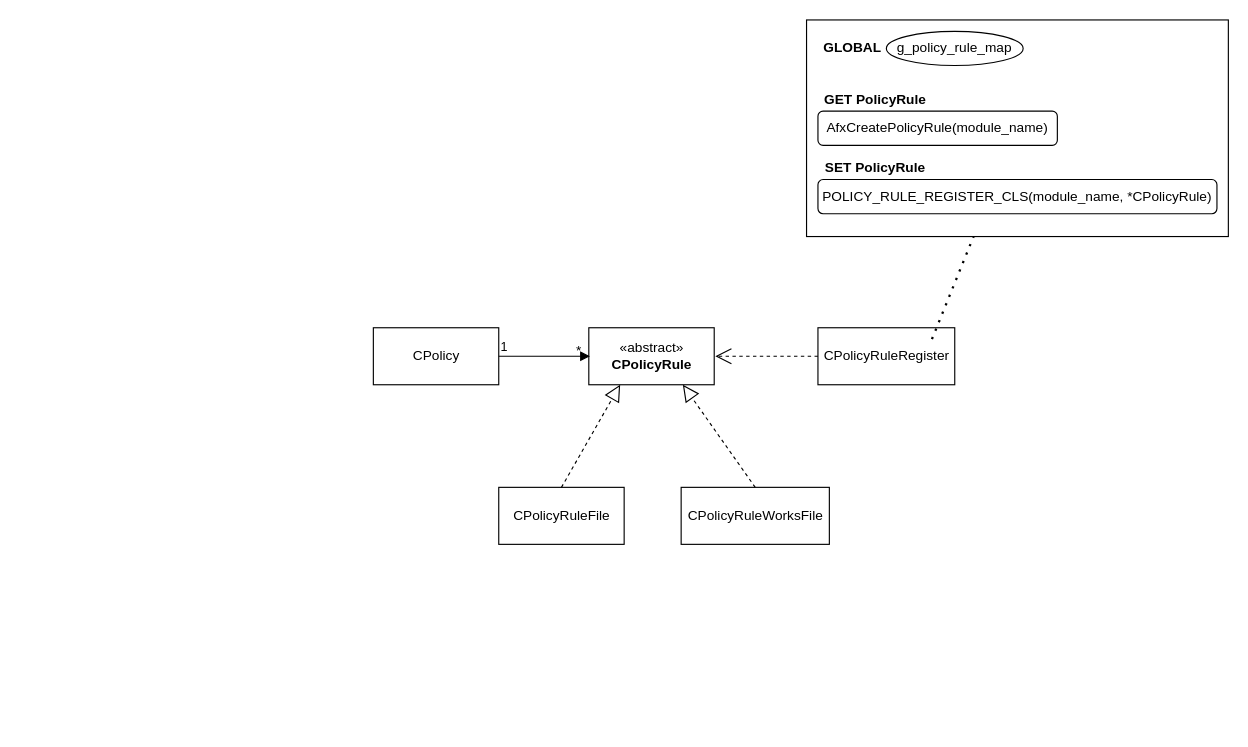
tuyy/TIL keeps this draw.io diagram as draw.io/cpolicy_rule.drawio. Above is the earlier version. Source tidied: cells renumbered, new cells numbered last; positions are measured from the earlier drawing's top-left corner, leaving out a move shared by most shapes. Both pictures are drawn from the tidied source at 114%, with x=0, y=0 at pixel (373, 19).
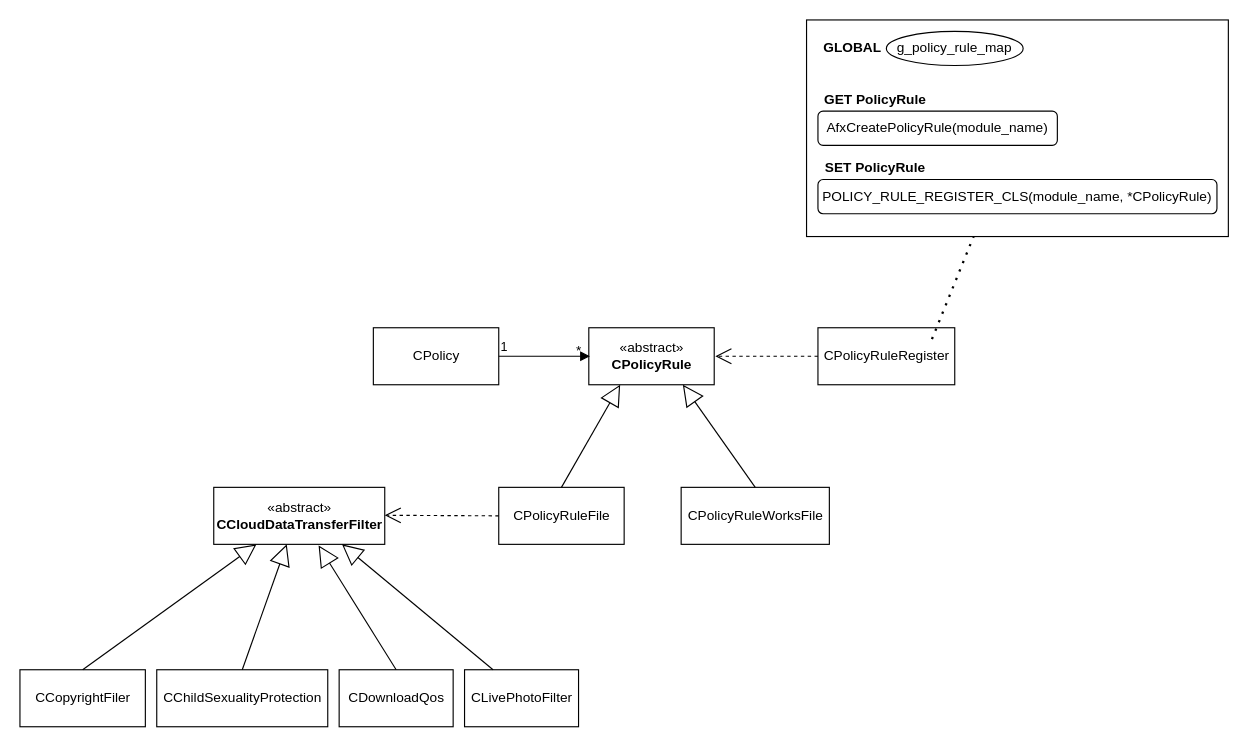
Above is the later version.

Unchanged cells that the change refers to:
```xml
<mxCell id="3" value="«abstract»&lt;br&gt;&lt;b&gt;CPolicyRule&lt;/b&gt;" style="html=1;" parent="1" vertex="1">
  <mxGeometry x="189" y="270" width="110" height="50" as="geometry" />
</mxCell>
<mxCell id="4" value="CPolicyRuleFile" style="html=1;" parent="1" vertex="1">
  <mxGeometry x="110" y="410" width="110" height="50" as="geometry" />
</mxCell>
<mxCell id="5" value="CPolicyRuleWorksFile" style="html=1;" parent="1" vertex="1">
  <mxGeometry x="270" y="410" width="130" height="50" as="geometry" />
</mxCell>
```

The edit, as a diff of the source:
```diff
@@
-    <mxCell id="6" style="endArrow=block;dashed=1;endFill=0;endSize=12;html=1;entryX=0.25;entryY=1;entryDx=0;entryDy=0;exitX=0.5;exitY=0;exitDx=0;exitDy=0;" parent="1" edge="1" source="4" target="3">
-      <mxGeometry relative="1" as="geometry" />
-    </mxCell>
-    <mxCell id="7" style="endArrow=block;dashed=1;endFill=0;endSize=12;html=1;entryX=0.75;entryY=1;entryDx=0;entryDy=0;exitX=0.5;exitY=0;exitDx=0;exitDy=0;" parent="1" edge="1" source="5" target="3">
-      <mxGeometry relative="1" as="geometry" />
-    </mxCell>
@@
+    <mxCell id="22" value="«abstract»&lt;br&gt;&lt;b&gt;CCloudDataTransferFilter&lt;/b&gt;" style="html=1;" parent="1" vertex="1">
+      <mxGeometry x="-140" y="410" width="150" height="50" as="geometry" />
+    </mxCell>
+    <mxCell id="23" style="endArrow=open;endSize=12;dashed=1;html=1;exitX=0;exitY=0.5;exitDx=0;exitDy=0;" parent="1" edge="1" source="4">
+      <mxGeometry relative="1" as="geometry">
+        <mxPoint x="10" y="434.5" as="targetPoint" />
+      </mxGeometry>
+    </mxCell>
+    <mxCell id="24" value="CCopyrightFiler" style="html=1;" parent="1" vertex="1">
+      <mxGeometry x="-310" y="570" width="110" height="50" as="geometry" />
+    </mxCell>
+    <mxCell id="6" style="endArrow=block;endSize=16;endFill=0;html=1;entryX=0.25;entryY=1;entryDx=0;entryDy=0;exitX=0.5;exitY=0;exitDx=0;exitDy=0;" parent="1" edge="1" source="4" target="3">
+      <mxGeometry relative="1" as="geometry" />
+    </mxCell>
+    <mxCell id="7" style="endArrow=block;endSize=16;endFill=0;html=1;entryX=0.75;entryY=1;entryDx=0;entryDy=0;exitX=0.5;exitY=0;exitDx=0;exitDy=0;" parent="1" edge="1" source="5" target="3">
+      <mxGeometry relative="1" as="geometry" />
+    </mxCell>
+    <mxCell id="25" style="endArrow=block;endSize=16;endFill=0;html=1;entryX=0.25;entryY=1;entryDx=0;entryDy=0;exitX=0.5;exitY=0;exitDx=0;exitDy=0;" parent="1" edge="1" source="24" target="22">
+      <mxGeometry relative="1" as="geometry" />
+    </mxCell>
+    <mxCell id="26" value="CChildSexualityProtection" style="html=1;" parent="1" vertex="1">
+      <mxGeometry x="-190" y="570" width="150" height="50" as="geometry" />
+    </mxCell>
+    <mxCell id="27" style="endArrow=block;endSize=16;endFill=0;html=1;entryX=0.427;entryY=1;entryDx=0;entryDy=0;exitX=0.5;exitY=0;exitDx=0;exitDy=0;entryPerimeter=0;" parent="1" edge="1" source="26" target="22">
+      <mxGeometry relative="1" as="geometry" />
+    </mxCell>
+    <mxCell id="28" value="CDownloadQos" style="html=1;" parent="1" vertex="1">
+      <mxGeometry x="-30" y="570" width="100" height="50" as="geometry" />
+    </mxCell>
+    <mxCell id="29" value="CLivePhotoFilter" style="html=1;" parent="1" vertex="1">
+      <mxGeometry x="80" y="570" width="100" height="50" as="geometry" />
+    </mxCell>
+    <mxCell id="30" style="endArrow=block;endSize=16;endFill=0;html=1;entryX=0.613;entryY=1.02;entryDx=0;entryDy=0;exitX=0.5;exitY=0;exitDx=0;exitDy=0;entryPerimeter=0;" parent="1" edge="1" source="28" target="22">
+      <mxGeometry relative="1" as="geometry" />
+    </mxCell>
+    <mxCell id="31" style="endArrow=block;endSize=16;endFill=0;html=1;entryX=0.75;entryY=1;entryDx=0;entryDy=0;exitX=0.25;exitY=0;exitDx=0;exitDy=0;" parent="1" edge="1" source="29" target="22">
+      <mxGeometry relative="1" as="geometry" />
+    </mxCell>
```
